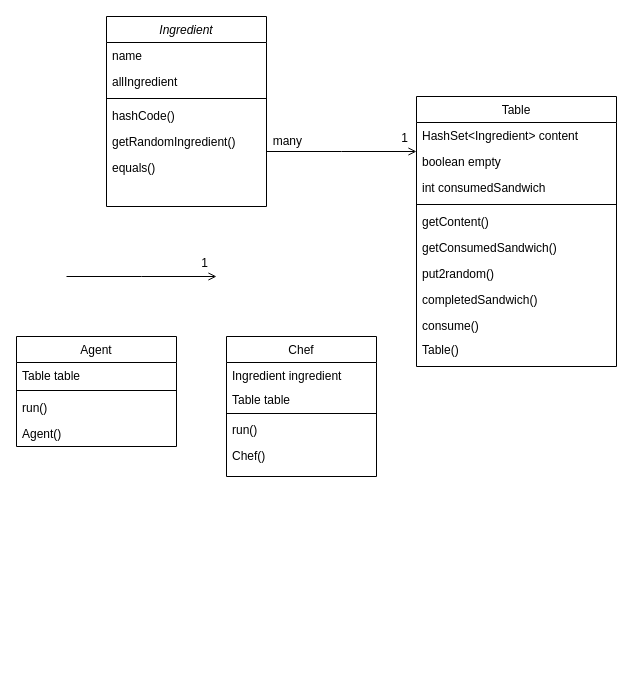
therealdandong/dragonknight keeps this draw.io diagram as Untitled Diagram.drawio. Above is the earlier version. Source tidied: cells renumbered, new cells numbered last; positions are measured from the earlier drawing's top-left corner, leaving out a move shared by most shapes. Both pictures are drawn from the tidied source at 100%, with x=0, y=0 at pixel (16, 16).
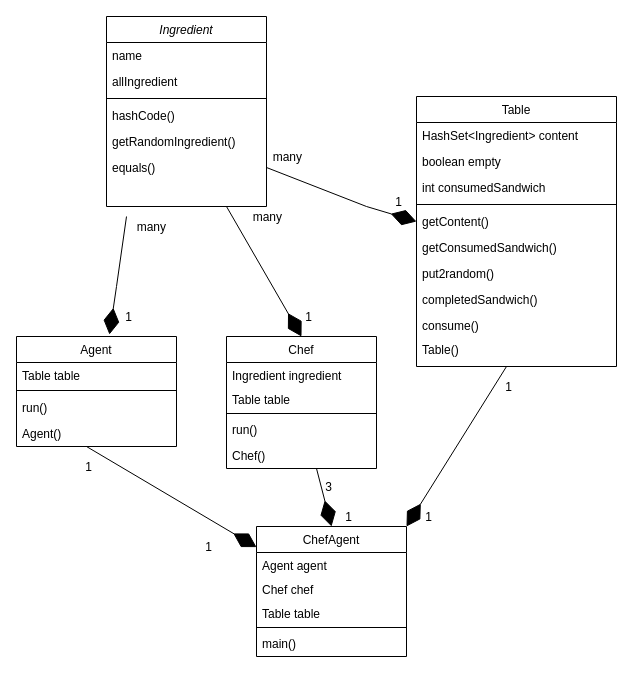
The same page after the edit.

The change refers to these unchanged cells:
```xml
<mxCell id="2" value="Ingredient" style="swimlane;fontStyle=2;align=center;verticalAlign=top;horizontal=1;startSize=26;rounded=0;shadow=0;strokeWidth=1;" parent="1" vertex="1">
  <mxGeometry x="90" width="160" height="190" as="geometry" />
</mxCell>
<mxCell id="8" value="equals()" style="text;align=left;verticalAlign=top;spacingLeft=4;spacingRight=4;overflow=hidden;points=[[0,0.5],[1,0.5]];portConstraint=eastwest;" parent="2" vertex="1">
  <mxGeometry y="138" width="160" height="26" as="geometry" />
</mxCell>
<mxCell id="9" value="Agent" style="swimlane;fontStyle=0;align=center;verticalAlign=top;horizontal=1;startSize=26;rounded=0;shadow=0;strokeWidth=1;" parent="1" vertex="1">
  <mxGeometry y="320" width="160" height="110" as="geometry" />
</mxCell>
<mxCell id="20" value="Table" style="swimlane;fontStyle=0;align=center;verticalAlign=top;horizontal=1;startSize=26;rounded=0;shadow=0;strokeWidth=1;" parent="1" vertex="1">
  <mxGeometry x="400" y="80" width="200" height="270" as="geometry" />
</mxCell>
<mxCell id="25" value="getContent()" style="text;align=left;verticalAlign=top;spacingLeft=4;spacingRight=4;overflow=hidden;points=[[0,0.5],[1,0.5]];portConstraint=eastwest;" parent="20" vertex="1">
  <mxGeometry y="112" width="200" height="26" as="geometry" />
</mxCell>
```

What changed in the source:
```diff
@@
     <mxCell id="14" value="Chef" style="swimlane;fontStyle=0;align=center;verticalAlign=top;horizontal=1;startSize=26;rounded=0;shadow=0;strokeWidth=1;" parent="1" vertex="1">
-      <mxGeometry x="210" y="320" width="150" height="140" as="geometry" />
+      <mxGeometry x="210" y="320" width="150" height="132" as="geometry" />
     </mxCell>
@@
-    <mxCell id="31" style="endArrow=open;shadow=0;strokeWidth=1;rounded=0;endFill=1;edgeStyle=elbowEdgeStyle;elbow=vertical;" parent="1" edge="1" source="2" target="20">
-      <mxGeometry x="0.5" y="41" relative="1" as="geometry">
-        <mxPoint x="-40" y="32" as="offset" />
-      </mxGeometry>
-    </mxCell>
-    <mxCell id="32" value="1" style="align=right;verticalAlign=bottom;labelBackgroundColor=none;fontSize=12;" parent="31" vertex="1">
-      <mxGeometry x="1" relative="1" as="geometry">
-        <mxPoint x="-7" y="-5" as="offset" />
-      </mxGeometry>
-    </mxCell>
     <mxCell id="33" value="many" style="align=right;verticalAlign=bottom;labelBackgroundColor=none;fontSize=12;" parent="1" vertex="1">
-      <mxGeometry x="430" y="154" as="geometry">
+      <mxGeometry x="430" y="170" as="geometry">
         <mxPoint x="-143" y="-21" as="offset" />
       </mxGeometry>
     </mxCell>
-    <mxCell id="34" style="endArrow=open;shadow=0;strokeWidth=1;rounded=0;endFill=1;edgeStyle=elbowEdgeStyle;elbow=vertical;" parent="1" edge="1">
-      <mxGeometry x="0.5" y="41" relative="1" as="geometry">
-        <mxPoint x="50" y="260" as="sourcePoint" />
-        <mxPoint x="200" y="260" as="targetPoint" />
-        <mxPoint x="-40" y="32" as="offset" />
-      </mxGeometry>
-    </mxCell>
-    <mxCell id="35" value="1" style="align=right;verticalAlign=bottom;labelBackgroundColor=none;fontSize=12;" parent="34" vertex="1">
-      <mxGeometry x="1" relative="1" as="geometry">
-        <mxPoint x="-7" y="-5" as="offset" />
-      </mxGeometry>
-    </mxCell>
+    <mxCell id="36" style="endArrow=diamondThin;endFill=1;endSize=24;html=1;rounded=0;exitX=1;exitY=0.5;exitDx=0;exitDy=0;entryX=0;entryY=0.5;entryDx=0;entryDy=0;" parent="1" edge="1" source="8" target="25">
+      <mxGeometry relative="1" as="geometry">
+        <Array as="points">
+          <mxPoint x="350" y="190" />
+        </Array>
+      </mxGeometry>
+    </mxCell>
+    <mxCell id="37" style="endArrow=diamondThin;endFill=1;endSize=24;html=1;rounded=0;exitX=1;exitY=0.5;exitDx=0;exitDy=0;entryX=0.5;entryY=0;entryDx=0;entryDy=0;" parent="1" edge="1" target="14">
+      <mxGeometry relative="1" as="geometry">
+        <mxPoint x="210" y="190" as="sourcePoint" />
+      </mxGeometry>
+    </mxCell>
+    <mxCell id="38" style="endArrow=diamondThin;endFill=1;endSize=24;html=1;rounded=0;entryX=0.581;entryY=-0.018;entryDx=0;entryDy=0;entryPerimeter=0;" parent="1" edge="1" target="9">
+      <mxGeometry relative="1" as="geometry">
+        <mxPoint x="110" y="200" as="sourcePoint" />
+        <Array as="points">
+          <mxPoint x="100" y="270" />
+        </Array>
+      </mxGeometry>
+    </mxCell>
+    <mxCell id="39" value="many" style="align=right;verticalAlign=bottom;labelBackgroundColor=none;fontSize=12;" parent="1" vertex="1">
+      <mxGeometry x="410" y="230" as="geometry">
+        <mxPoint x="-143" y="-21" as="offset" />
+      </mxGeometry>
+    </mxCell>
+    <mxCell id="40" value="many" style="align=right;verticalAlign=bottom;labelBackgroundColor=none;fontSize=12;" parent="1" vertex="1">
+      <mxGeometry x="294" y="240" as="geometry">
+        <mxPoint x="-143" y="-21" as="offset" />
+      </mxGeometry>
+    </mxCell>
+    <mxCell id="41" value="1" style="align=right;verticalAlign=bottom;labelBackgroundColor=none;fontSize=12;" parent="1" vertex="1">
+      <mxGeometry x="530" y="215" as="geometry">
+        <mxPoint x="-143" y="-21" as="offset" />
+      </mxGeometry>
+    </mxCell>
+    <mxCell id="42" value="1" style="align=right;verticalAlign=bottom;labelBackgroundColor=none;fontSize=12;" parent="1" vertex="1">
+      <mxGeometry x="440" y="330" as="geometry">
+        <mxPoint x="-143" y="-21" as="offset" />
+      </mxGeometry>
+    </mxCell>
+    <mxCell id="43" value="1" style="align=right;verticalAlign=bottom;labelBackgroundColor=none;fontSize=12;" parent="1" vertex="1">
+      <mxGeometry x="260" y="330" as="geometry">
+        <mxPoint x="-143" y="-21" as="offset" />
+      </mxGeometry>
+    </mxCell>
+    <mxCell id="44" value="ChefAgent" style="swimlane;fontStyle=0;align=center;verticalAlign=top;horizontal=1;startSize=26;rounded=0;shadow=0;strokeWidth=1;" parent="1" vertex="1">
+      <mxGeometry x="240" y="510" width="150" height="130" as="geometry" />
+    </mxCell>
+    <mxCell id="45" value="Agent agent" style="text;align=left;verticalAlign=top;spacingLeft=4;spacingRight=4;overflow=hidden;" parent="44" vertex="1">
+      <mxGeometry y="26" width="150" height="24" as="geometry" />
+    </mxCell>
+    <mxCell id="46" value="Chef chef" style="text;align=left;verticalAlign=top;spacingLeft=4;spacingRight=4;overflow=hidden;" parent="44" vertex="1">
+      <mxGeometry y="50" width="150" height="24" as="geometry" />
+    </mxCell>
+    <mxCell id="47" value="Table table" style="text;align=left;verticalAlign=top;spacingLeft=4;spacingRight=4;overflow=hidden;" parent="44" vertex="1">
+      <mxGeometry y="74" width="150" height="24" as="geometry" />
+    </mxCell>
+    <mxCell id="48" style="line;html=1;strokeWidth=1;align=left;verticalAlign=middle;spacingTop=-1;spacingLeft=3;spacingRight=3;labelPosition=right;" parent="44" vertex="1">
+      <mxGeometry y="98" width="150" height="6" as="geometry" />
+    </mxCell>
+    <mxCell id="49" value="main()" style="text;align=left;verticalAlign=top;spacingLeft=4;spacingRight=4;overflow=hidden;" parent="44" vertex="1">
+      <mxGeometry y="104" width="150" height="26" as="geometry" />
+    </mxCell>
+    <mxCell id="50" style="endArrow=diamondThin;endFill=1;endSize=24;html=1;rounded=0;exitX=1;exitY=0.5;exitDx=0;exitDy=0;entryX=1;entryY=0;entryDx=0;entryDy=0;" parent="1" edge="1" target="44">
+      <mxGeometry relative="1" as="geometry">
+        <mxPoint x="490" y="350" as="sourcePoint" />
+      </mxGeometry>
+    </mxCell>
+    <mxCell id="51" style="endArrow=diamondThin;endFill=1;endSize=24;html=1;rounded=0;exitX=1;exitY=0.5;exitDx=0;exitDy=0;" parent="1" edge="1" target="44">
+      <mxGeometry relative="1" as="geometry">
+        <mxPoint x="70" y="430" as="sourcePoint" />
+      </mxGeometry>
+    </mxCell>
+    <mxCell id="52" style="endArrow=diamondThin;endFill=1;endSize=24;html=1;rounded=0;exitX=1;exitY=0.5;exitDx=0;exitDy=0;entryX=0.5;entryY=0;entryDx=0;entryDy=0;" parent="1" edge="1" target="44">
+      <mxGeometry relative="1" as="geometry">
+        <mxPoint x="300" y="452" as="sourcePoint" />
+      </mxGeometry>
+    </mxCell>
+    <mxCell id="53" value="1" style="align=right;verticalAlign=bottom;labelBackgroundColor=none;fontSize=12;" parent="1" vertex="1">
+      <mxGeometry x="220" y="480" as="geometry">
+        <mxPoint x="-143" y="-21" as="offset" />
+      </mxGeometry>
+    </mxCell>
+    <mxCell id="54" value="1" style="align=right;verticalAlign=bottom;labelBackgroundColor=none;fontSize=12;" parent="1" vertex="1">
+      <mxGeometry x="340" y="560" as="geometry">
+        <mxPoint x="-143" y="-21" as="offset" />
+      </mxGeometry>
+    </mxCell>
+    <mxCell id="55" value="3" style="align=right;verticalAlign=bottom;labelBackgroundColor=none;fontSize=12;" parent="1" vertex="1">
+      <mxGeometry x="460" y="500" as="geometry">
+        <mxPoint x="-143" y="-21" as="offset" />
+      </mxGeometry>
+    </mxCell>
+    <mxCell id="56" value="1" style="align=right;verticalAlign=bottom;labelBackgroundColor=none;fontSize=12;" parent="1" vertex="1">
+      <mxGeometry x="480" y="530" as="geometry">
+        <mxPoint x="-143" y="-21" as="offset" />
+      </mxGeometry>
+    </mxCell>
+    <mxCell id="57" value="1" style="align=right;verticalAlign=bottom;labelBackgroundColor=none;fontSize=12;" parent="1" vertex="1">
+      <mxGeometry x="640" y="400" as="geometry">
+        <mxPoint x="-143" y="-21" as="offset" />
+      </mxGeometry>
+    </mxCell>
+    <mxCell id="58" value="1" style="align=right;verticalAlign=bottom;labelBackgroundColor=none;fontSize=12;" parent="1" vertex="1">
+      <mxGeometry x="560" y="530" as="geometry">
+        <mxPoint x="-143" y="-21" as="offset" />
+      </mxGeometry>
+    </mxCell>
```
